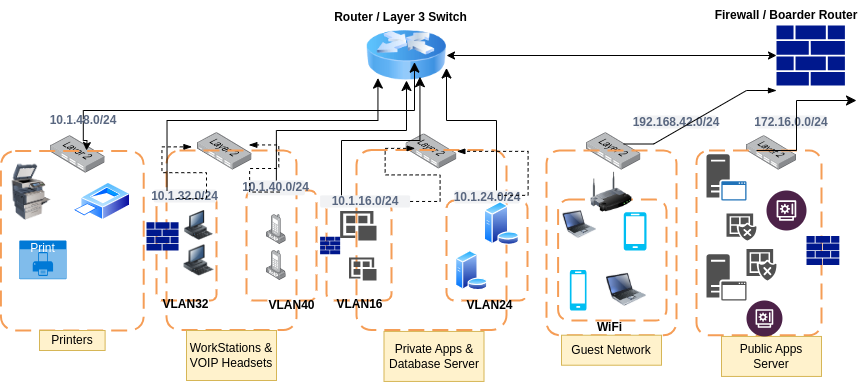
This is secured_network_topology.drawio.png from MwarumbaH-5523/Secured_Networks_Topology, a draw.io export, as it was before one commit. Source tidied: cells renumbered, new cells last; positions are measured from the earlier drawing's top-left corner, leaving out a move shared by most shapes.
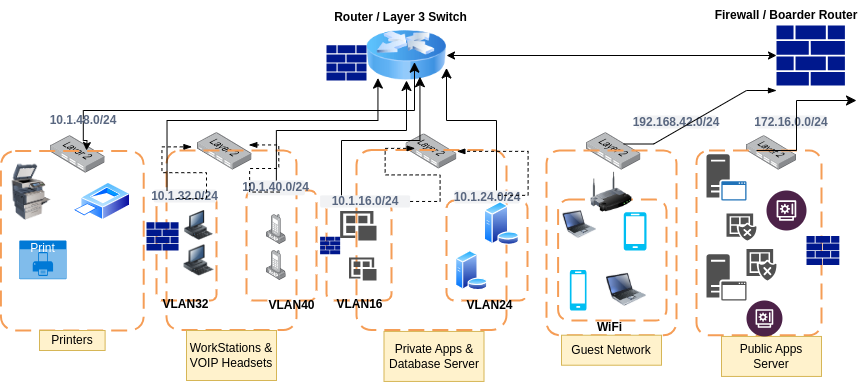
The same file after the commit.

What changed in the source:
```diff
@@ -273,5 +273,8 @@
     <mxCell id="75" value="&lt;b&gt;Firewall / Boarder Router&lt;/b&gt;" style="text;html=1;strokeColor=none;fillColor=none;align=center;verticalAlign=middle;whiteSpace=wrap;rounded=0;" parent="1" vertex="1">
       <mxGeometry x="706" width="160" height="30" as="geometry" />
     </mxCell>
+    <mxCell id="76" style="sketch=0;shadow=0;dashed=0;html=1;strokeColor=none;labelPosition=center;verticalLabelPosition=bottom;verticalAlign=top;align=center;fillColor=#00188D;shape=mxgraph.mscae.enterprise.firewall;" parent="1" vertex="1">
+      <mxGeometry x="326" y="44.8" width="40" height="35.2" as="geometry" />
+    </mxCell>
   </root>
 </mxGraphModel>
```
